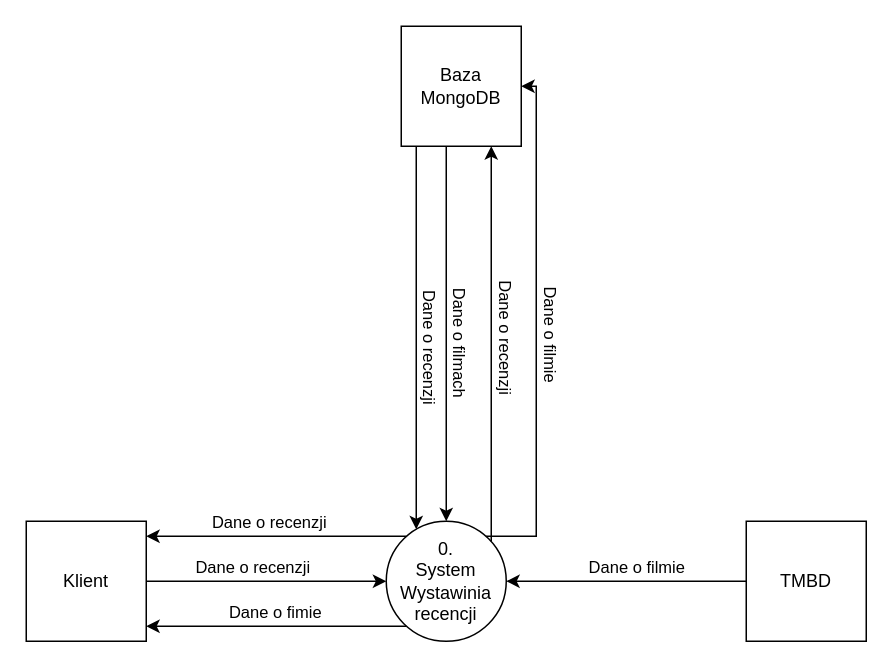
Earlier version of the draw.io diagram DFD Kontekstowy.drawio (JanuszWdowka/konteneryzacja_project). Source tidied: cells renumbered, new cells numbered last; positions are measured from the earlier drawing's top-left corner, leaving out a move shared by most shapes. Both pictures are drawn from the tidied source at 150%, with x=0, y=0 at pixel (26, 26).
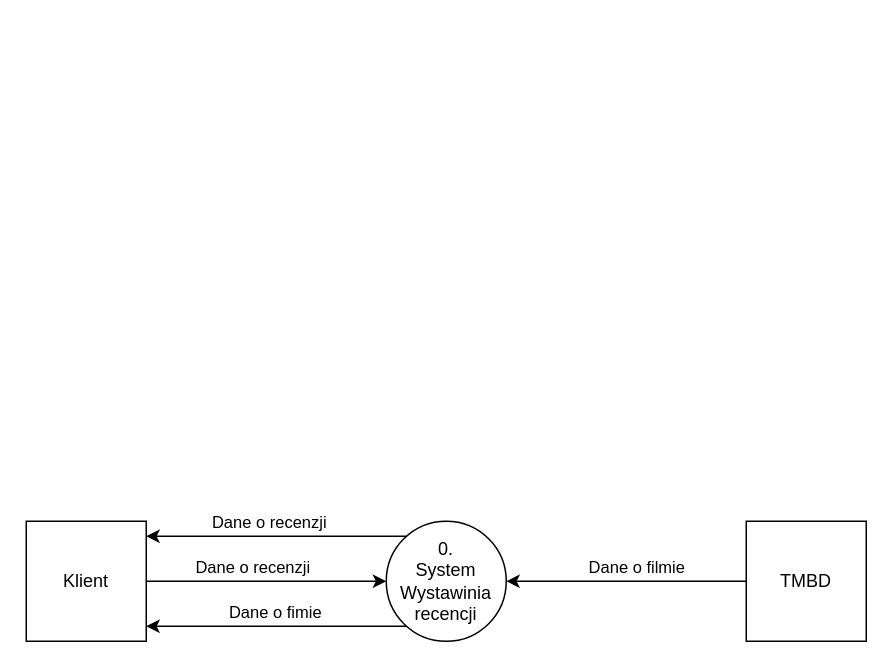
Above is the later version.

Commit message (it also covers changes not shown here):
DFD diagramy

Unchanged cells that the change refers to:
```xml
<mxCell id="12" value="0.&lt;br&gt;System Wystawinia recencji" style="ellipse;whiteSpace=wrap;html=1;" parent="1" vertex="1">
  <mxGeometry x="240" y="330" width="80" height="80" as="geometry" />
</mxCell>
```

Change to the diagram source:
```diff
@@
-    <mxCell id="10" style="edgeStyle=orthogonalEdgeStyle;rounded=0;jettySize=auto;html=1;" parent="1" edge="1" source="12" target="15">
-      <mxGeometry relative="1" as="geometry">
-        <Array as="points">
-          <mxPoint x="340" y="340" />
-          <mxPoint x="340" y="40" />
-        </Array>
-      </mxGeometry>
-    </mxCell>
-    <mxCell id="11" value="Dane o filmie" style="edgeLabel;html=1;align=center;verticalAlign=middle;rotation=90;" parent="10" vertex="1">
-      <mxGeometry x="-0.07" relative="1" as="geometry">
-        <mxPoint x="10" y="-9" as="offset" />
-      </mxGeometry>
-    </mxCell>
@@
-    <mxCell id="13" style="edgeStyle=orthogonalEdgeStyle;rounded=0;jettySize=auto;html=1;" parent="1" edge="1" source="15" target="12">
-      <mxGeometry relative="1" as="geometry">
-        <Array as="points">
-          <mxPoint x="280" y="240" />
-          <mxPoint x="280" y="240" />
-        </Array>
-      </mxGeometry>
-    </mxCell>
-    <mxCell id="14" value="Dane o filmach" style="edgeLabel;html=1;align=center;verticalAlign=middle;rotation=90;" parent="13" vertex="1">
-      <mxGeometry x="0.04" y="2" relative="1" as="geometry">
-        <mxPoint x="8" as="offset" />
-      </mxGeometry>
-    </mxCell>
-    <mxCell id="15" value="Baza MongoDB" style="whiteSpace=wrap;html=1;" parent="1" vertex="1">
-      <mxGeometry x="250" width="80" height="80" as="geometry" />
-    </mxCell>
@@
-    <mxCell id="18" style="edgeStyle=orthogonalEdgeStyle;rounded=0;jettySize=auto;html=1;" parent="1" edge="1" source="12" target="15">
-      <mxGeometry relative="1" as="geometry">
-        <Array as="points">
-          <mxPoint x="310" y="200" />
-          <mxPoint x="310" y="200" />
-        </Array>
-      </mxGeometry>
-    </mxCell>
-    <mxCell id="19" value="Dane o recenzji" style="edgeLabel;html=1;align=center;verticalAlign=middle;rotation=90;" parent="18" vertex="1">
-      <mxGeometry x="0.04" y="2" relative="1" as="geometry">
-        <mxPoint x="12" as="offset" />
-      </mxGeometry>
-    </mxCell>
-    <mxCell id="20" style="edgeStyle=orthogonalEdgeStyle;rounded=0;jettySize=auto;html=1;" parent="1" edge="1" source="15" target="12">
-      <mxGeometry relative="1" as="geometry">
-        <Array as="points">
-          <mxPoint x="260" y="200" />
-          <mxPoint x="260" y="200" />
-        </Array>
-      </mxGeometry>
-    </mxCell>
-    <mxCell id="21" value="Dane o recenzji" style="edgeLabel;html=1;align=center;verticalAlign=middle;rotation=90;" parent="20" vertex="1">
-      <mxGeometry x="0.04" y="2" relative="1" as="geometry">
-        <mxPoint x="8" as="offset" />
-      </mxGeometry>
-    </mxCell>
```
